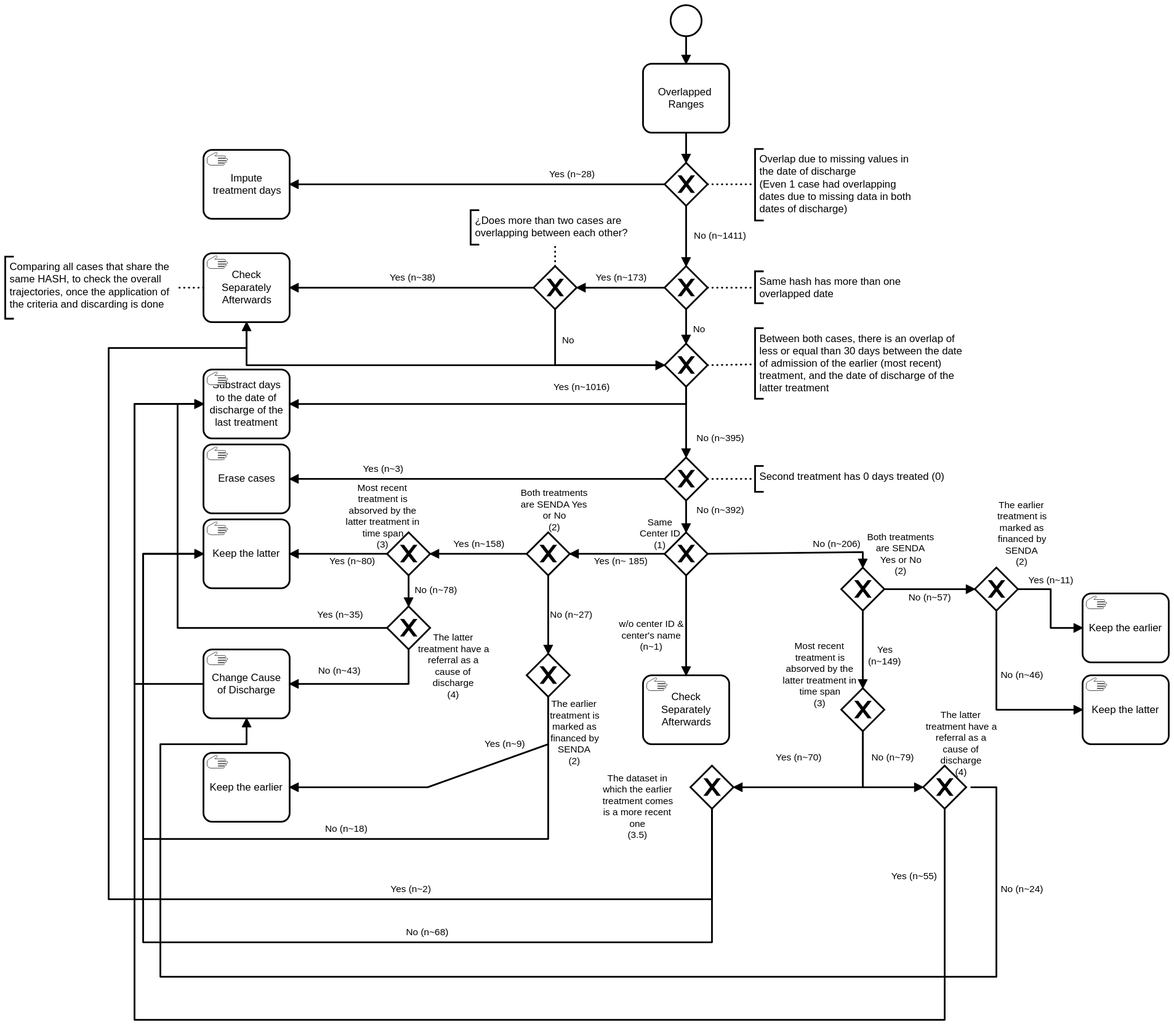
Before: Figures/overlapped_ranges_decision_tree.svg, a diagram exported from BPMN (FONDECYTACC/SUD_health_Chile.github.io). Its source is kept beside it as Figures/overlapped_ranges_decision_tree.bpmn. Ids are renumbered.
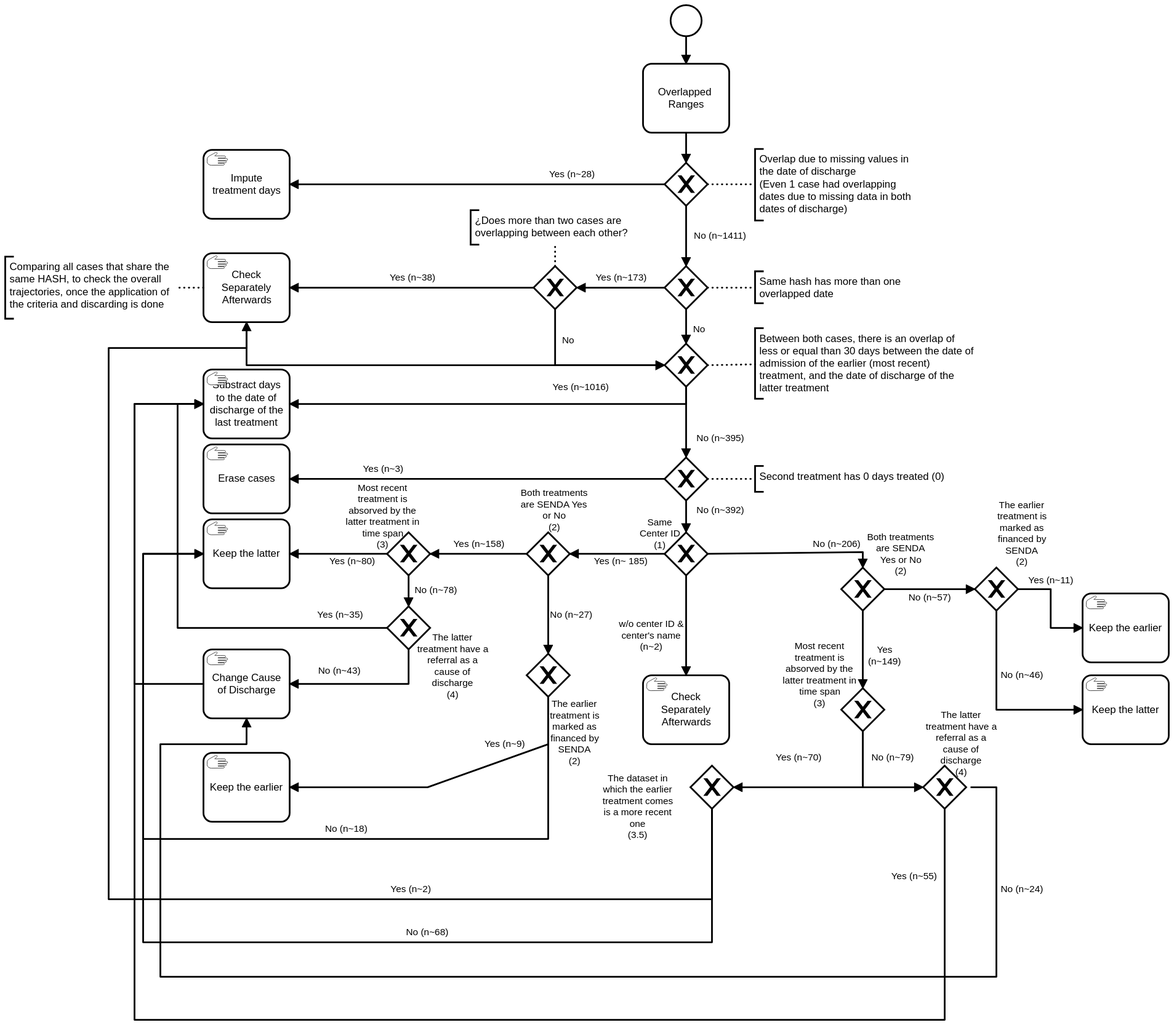
Above is the later version.

Commit message:
changes in duplicates and decision tree

Diff of the diagram source:
```diff
@@ -108,7 +108,7 @@
     </bpmn:exclusiveGateway>
     <bpmn:sequenceFlow id="Flow_n50" name="Yes (n~9)" sourceRef="Gateway_n36" targetRef="Activity_n49" />
     <bpmn:sequenceFlow id="Flow_n44" name="No (n~18)" sourceRef="Gateway_n36" targetRef="Activity_n39" />
-    <bpmn:sequenceFlow id="Flow_n27" name="w/o center ID &#38; center&#39;s name (n~1)" sourceRef="Gateway_n23" targetRef="Activity_n51" />
+    <bpmn:sequenceFlow id="Flow_n27" name="w/o center ID &#38; center&#39;s name (n~2)" sourceRef="Gateway_n23" targetRef="Activity_n51" />
     <bpmn:exclusiveGateway id="Gateway_n32" name="Both treatments are SENDA&#10;Yes or No&#10;(2)">
       <bpmn:incoming>Flow_n26</bpmn:incoming>
       <bpmn:outgoing>Flow_n52</bpmn:outgoing>
```
